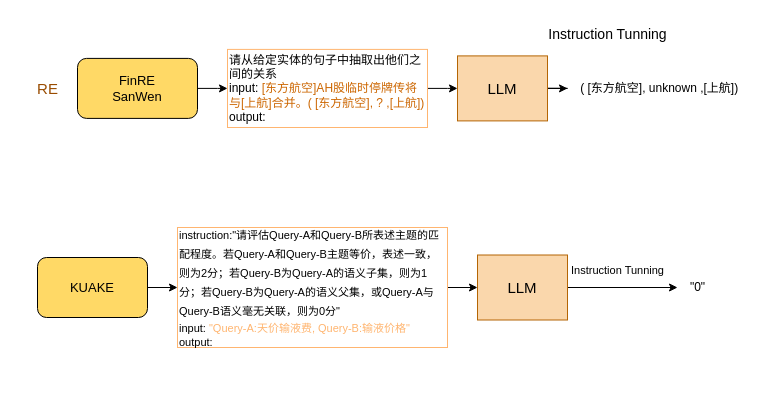
Before: 未命名绘图.drawio in SkyuForever/CRE-LLM, a draw.io diagram. Source tidied: cells renumbered, new cells numbered last; positions are measured from the earlier drawing's top-left corner, leaving out a move shared by most shapes. Both pictures are drawn from the tidied source at 100%, with x=0, y=0 at pixel (17, 17).
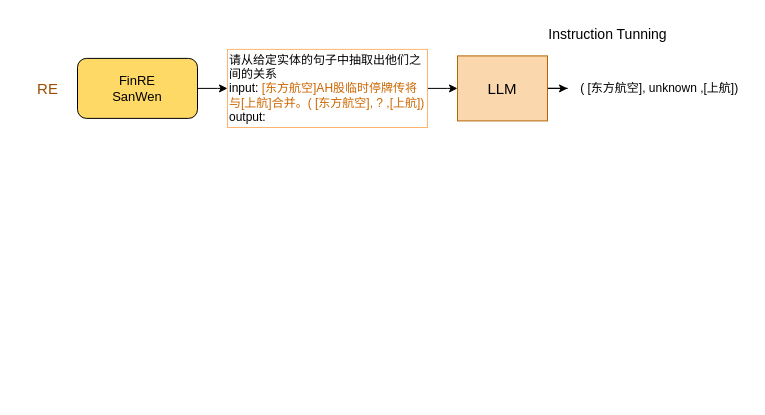
After the change.

Commit message:
更新未命名绘图.drawio

Change to the diagram source:
```diff
@@
-    <mxCell id="2" style="edgeStyle=orthogonalEdgeStyle;rounded=0;jettySize=auto;html=1;" parent="1" edge="1" source="3" target="5">
-      <mxGeometry relative="1" as="geometry" />
-    </mxCell>
-    <mxCell id="3" value="&lt;span style=&quot;font-size: 13px;&quot;&gt;KUAKE&lt;/span&gt;" style="rounded=1;whiteSpace=wrap;html=1;fillColor=#FFD966;gradientColor=none;" parent="1" vertex="1">
-      <mxGeometry x="20" y="240" width="110" height="60" as="geometry" />
-    </mxCell>
-    <mxCell id="4" style="edgeStyle=orthogonalEdgeStyle;rounded=0;jettySize=auto;html=1;" parent="1" edge="1" source="5" target="7">
-      <mxGeometry relative="1" as="geometry" />
-    </mxCell>
-    <mxCell id="5" value="&lt;div style=&quot;color: rgb(204, 204, 204); font-family: Consolas, &amp;quot;Courier New&amp;quot;, monospace; line-height: 19px;&quot;&gt;&lt;/div&gt;&lt;div style=&quot;line-height: 19px; font-size: 11px;&quot;&gt;&lt;font style=&quot;font-size: 11px;&quot; face=&quot;Helvetica&quot;&gt;instruction:&quot;请评估Query-A和Query-B所表述主题的匹配程度。若Query-A和Query-B主题等价，表述一致，则为2分；若Query-B为Query-A的语义子集，则为1分；若Query-B为Query-A的语义父集，或Query-A与Query-B语义毫无关联，则为0分&quot;&lt;/font&gt;&lt;/div&gt;&lt;font style=&quot;font-size: 11px;&quot;&gt;input:&amp;nbsp;&lt;font style=&quot;font-size: 11px;&quot; color=&quot;#ffb570&quot;&gt;&quot;Query-A:天价输液费, Query-B:输液价格&quot;&lt;/font&gt;&lt;br&gt;output:&amp;nbsp;&lt;/font&gt;" style="whiteSpace=wrap;html=1;align=left;strokeColor=#FFB570;" parent="1" vertex="1">
-      <mxGeometry x="160" y="210" width="270" height="120" as="geometry" />
-    </mxCell>
-    <mxCell id="6" style="edgeStyle=orthogonalEdgeStyle;rounded=0;jettySize=auto;html=1;" parent="1" edge="1" source="7" target="8">
-      <mxGeometry relative="1" as="geometry" />
-    </mxCell>
-    <mxCell id="7" value="&lt;font style=&quot;font-size: 15px;&quot;&gt;LLM&lt;/font&gt;" style="rounded=0;whiteSpace=wrap;html=1;fillColor=#fad7ac;strokeColor=#b46504;" parent="1" vertex="1">
-      <mxGeometry x="460" y="237.5" width="90" height="65" as="geometry" />
-    </mxCell>
-    <mxCell id="8" value="&quot;0&quot;" style="text;html=1;align=center;verticalAlign=middle;points=[];strokeColor=none;fillColor=none;" parent="1" vertex="1">
-      <mxGeometry x="660" y="255" width="40" height="30" as="geometry" />
-    </mxCell>
-    <mxCell id="9" value="&lt;font style=&quot;font-size: 11px;&quot;&gt;Instruction Tunning&lt;/font&gt;" style="text;html=1;align=center;verticalAlign=middle;strokeColor=none;fillColor=none;fontSize=11;" parent="1" vertex="1">
-      <mxGeometry x="540" y="237.5" width="120" height="30" as="geometry" />
-    </mxCell>
-    <mxCell id="10" style="rounded=0;whiteSpace=wrap;html=1;fillColor=none;strokeColor=none;" parent="1" vertex="1">
-      <mxGeometry y="160" width="700" height="220" as="geometry" />
-    </mxCell>
```
